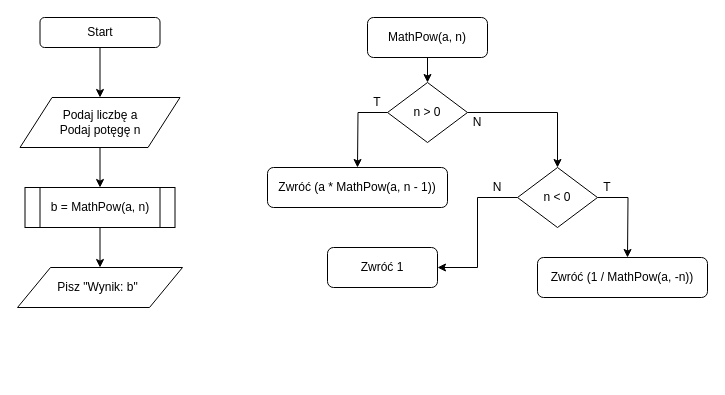
Ark223/Uni-Programming keeps this draw.io diagram as C++/Lab03/3.4.drawio. Above is the earlier version. Source tidied: cells renumbered, new cells numbered last; positions are measured from the earlier drawing's top-left corner, leaving out a move shared by most shapes. Both pictures are drawn from the tidied source at 100%, with x=0, y=0 at pixel (17, 17).
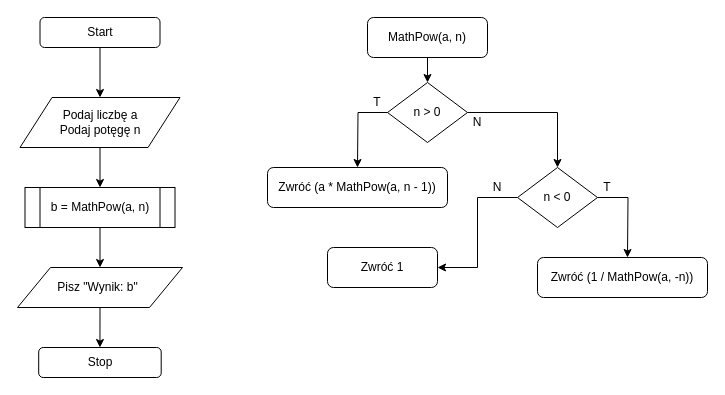
Above is the later version.

The change refers to these unchanged cells:
```xml
<mxCell id="10" style="shape=parallelogram;perimeter=parallelogramPerimeter;whiteSpace=wrap;html=1;" parent="1" vertex="1">
  <mxGeometry y="250" width="165" height="40" as="geometry" />
</mxCell>
```

Change to the diagram source:
```diff
@@
+    <mxCell id="34" style="rounded=1;whiteSpace=wrap;html=1;" parent="1" vertex="1">
+      <mxGeometry x="21.2" y="330" width="122.5" height="30" as="geometry" />
+    </mxCell>
+    <mxCell id="35" value="Stop" style="text;html=1;strokeColor=none;fillColor=none;align=center;verticalAlign=middle;whiteSpace=wrap;rounded=0;" parent="1" vertex="1">
+      <mxGeometry x="62.5" y="335" width="40" height="20" as="geometry" />
+    </mxCell>
+    <mxCell id="36" style="endArrow=classic;html=1;exitX=0.5;exitY=1;exitDx=0;exitDy=0;entryX=0.5;entryY=0;entryDx=0;entryDy=0;" parent="1" edge="1" source="10" target="34">
+      <mxGeometry relative="1" as="geometry" />
+    </mxCell>
```
